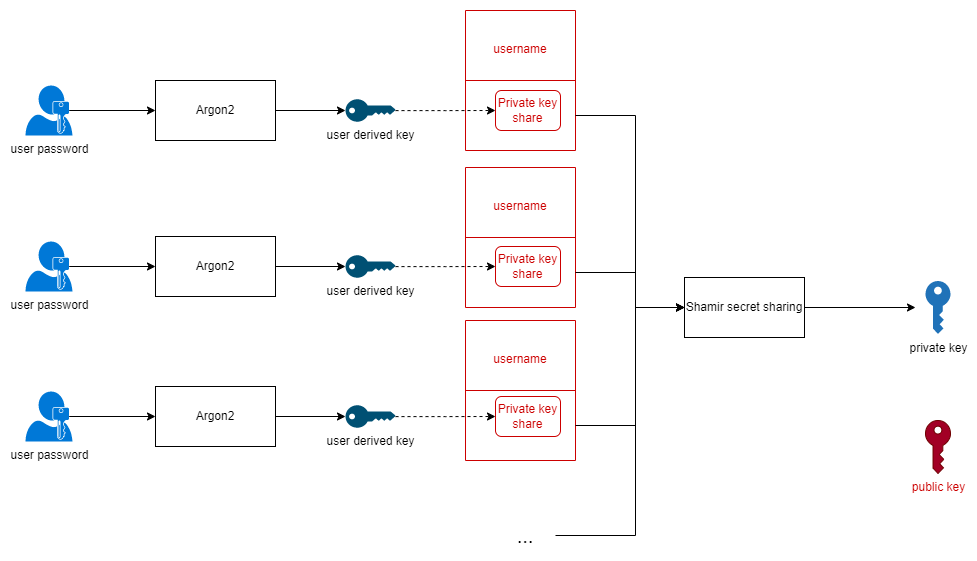
This is readme-images/Storage root key shares.drawio.png from damienmaier/encrypted-vault, a draw.io export, as it was before one commit. Source tidied: cells renumbered, new cells last; positions are measured from the earlier drawing's top-left corner, leaving out a move shared by most shapes.
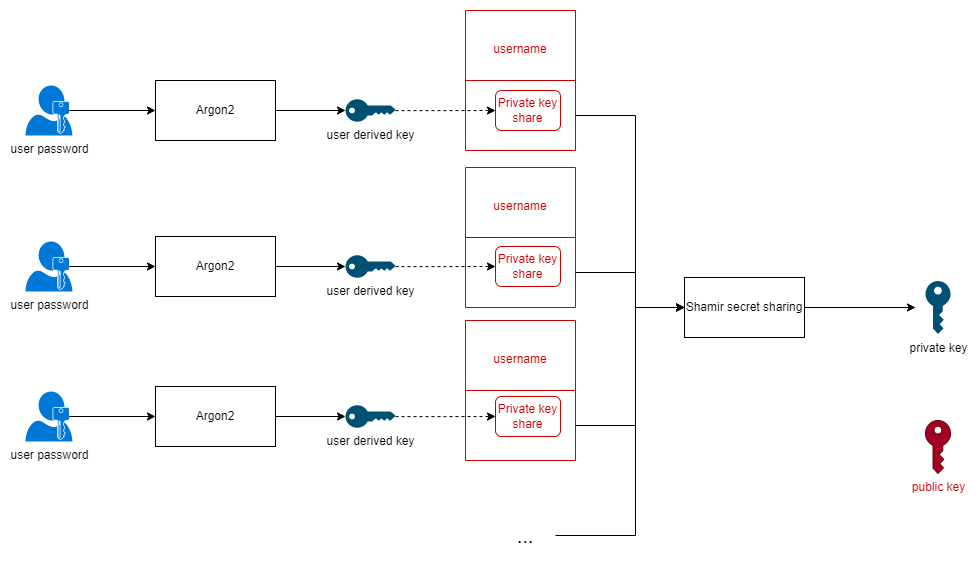
After the change.

What changed in the source:
```diff
@@ -150,7 +150,7 @@
         </Array>
       </mxGeometry>
     </mxCell>
-    <mxCell id="42" value="&lt;font color=&quot;#000000&quot;&gt;private key&lt;/font&gt;" style="sketch=0;shadow=0;dashed=0;html=1;strokeColor=none;labelPosition=center;verticalLabelPosition=bottom;verticalAlign=top;align=center;shape=mxgraph.office.security.key_permissions;fillColor=#2072B8;fontColor=#CC0000;" parent="1" vertex="1">
+    <mxCell id="42" value="&lt;font color=&quot;#000000&quot;&gt;private key&lt;/font&gt;" style="sketch=0;shadow=0;dashed=0;html=1;strokeColor=none;labelPosition=center;verticalLabelPosition=bottom;verticalAlign=top;align=center;shape=mxgraph.office.security.key_permissions;fillColor=#005073;fontColor=#CC0000;" parent="1" vertex="1">
       <mxGeometry x="900" y="270.5" width="25" height="53" as="geometry" />
     </mxCell>
     <mxCell id="43" value="&lt;font color=&quot;#cc0000&quot;&gt;public key&lt;/font&gt;" style="sketch=0;shadow=0;dashed=0;html=1;strokeColor=#6F0000;labelPosition=center;verticalLabelPosition=bottom;verticalAlign=top;align=center;shape=mxgraph.office.security.key_permissions;fillColor=#a20025;fontColor=#ffffff;" parent="1" vertex="1">
```
